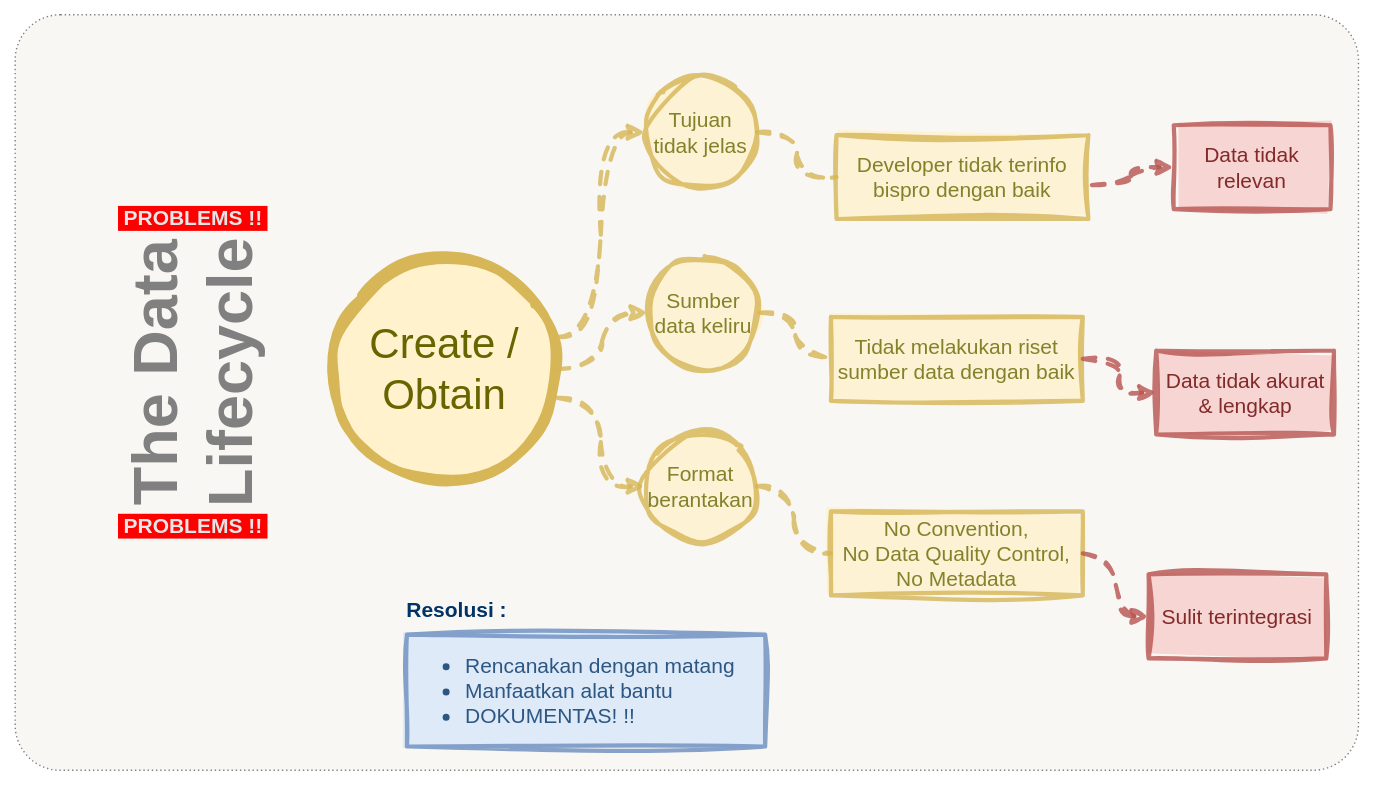
The draw.io diagram img/data-lifecycle-problem-1.svg in Excalibur-Platform/The-Visualized-Data-Engineering, before a commit. Source tidied: cells renumbered, new cells last; positions are measured from the earlier drawing's top-left corner, leaving out a move shared by most shapes.
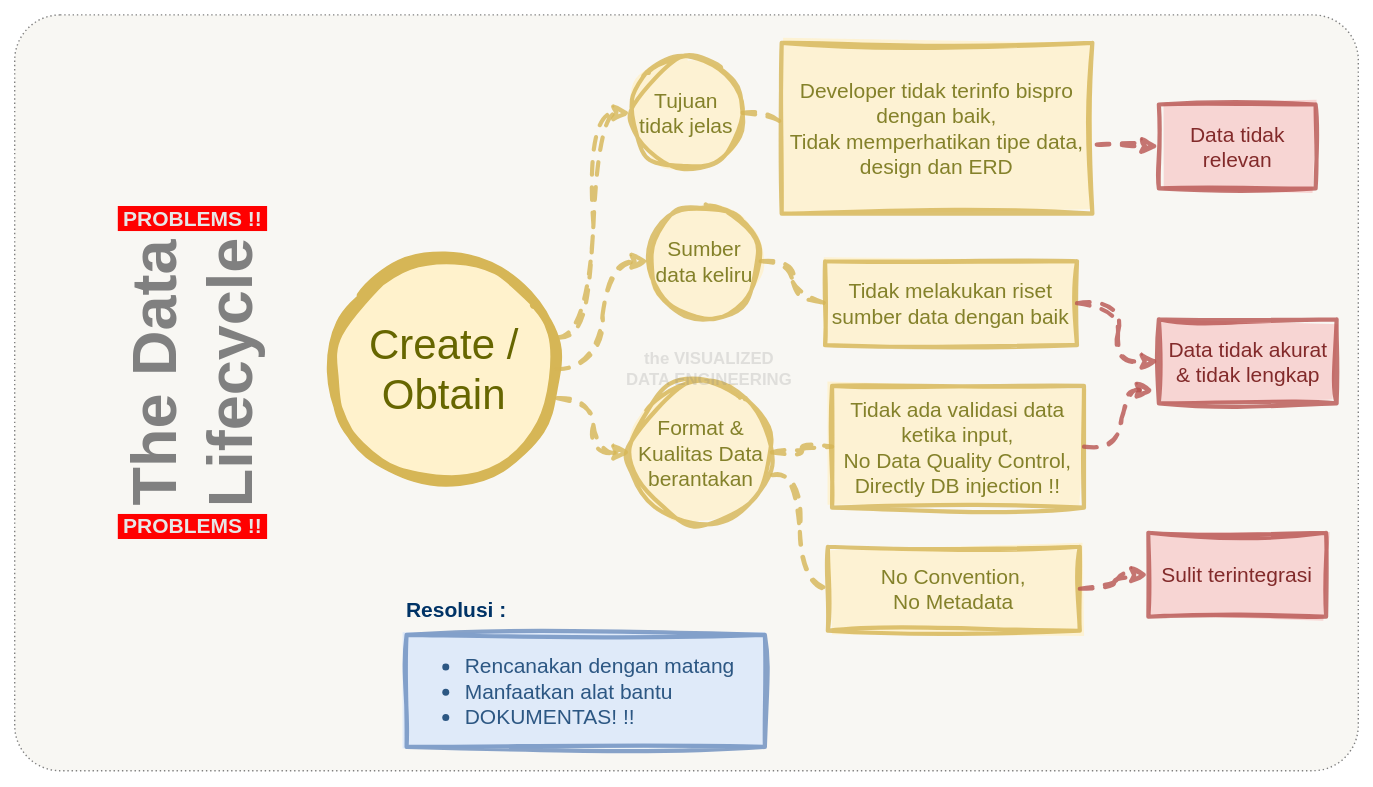
The same file after the commit.

The edit, as a diff of the source:
```diff
@@ -2,7 +2,7 @@
   <root>
     <mxCell id="0" />
     <mxCell id="1" parent="0" />
-    <mxCell id="2" style="rounded=1;whiteSpace=wrap;html=1;arcSize=6;strokeColor=#808080;dashed=1;dashPattern=1 2;fillColor=#F8F7F3;" parent="1" vertex="1">
+    <mxCell id="2" style="rounded=1;whiteSpace=wrap;html=1;arcSize=6;strokeColor=#808080;dashed=1;dashPattern=1 2;fillColor=#F8F7F3;verticalAlign=middle;" parent="1" vertex="1">
       <mxGeometry width="960" height="540" as="geometry" />
     </mxCell>
     <mxCell id="3" value="&lt;h1&gt;&lt;font style=&quot;font-size: 45px;&quot;&gt;The Data&lt;br&gt;&lt;/font&gt;&lt;font style=&quot;font-size: 45px;&quot;&gt;Lifecycle&lt;/font&gt;&lt;/h1&gt;" style="text;html=1;align=center;verticalAlign=middle;whiteSpace=wrap;rounded=0;horizontal=0;fontColor=#808080;" parent="1" vertex="1">
@@ -21,34 +21,34 @@
       <mxGeometry x="227" y="173" width="160" height="160" as="geometry" />
     </mxCell>
     <mxCell id="8" value="Tujuan tidak jelas" style="ellipse;whiteSpace=wrap;html=1;fillColor=#fff2cc;strokeColor=#d6b656;sketch=1;curveFitting=1;jiggle=2;fillStyle=solid;strokeWidth=3;fontColor=#666600;fontSize=15;opacity=80;textOpacity=80;" parent="1" vertex="1">
-      <mxGeometry x="450" y="44" width="80" height="80" as="geometry" />
+      <mxGeometry x="440" y="30" width="80" height="80" as="geometry" />
     </mxCell>
     <mxCell id="9" value="Sumber data keliru" style="ellipse;whiteSpace=wrap;html=1;fillColor=#fff2cc;strokeColor=#d6b656;sketch=1;curveFitting=1;jiggle=2;fillStyle=solid;strokeWidth=3;fontColor=#666600;fontSize=15;opacity=80;textOpacity=80;" parent="1" vertex="1">
-      <mxGeometry x="452" y="173" width="80" height="80" as="geometry" />
+      <mxGeometry x="453" y="136" width="80" height="80" as="geometry" />
     </mxCell>
     <mxCell id="10" style="edgeStyle=orthogonalEdgeStyle;rounded=0;jettySize=auto;html=1;exitX=1;exitY=0.5;exitDx=0;exitDy=0;entryX=0;entryY=0.5;entryDx=0;entryDy=0;sketch=1;curveFitting=1;jiggle=2;curved=1;dashed=1;fillColor=#fff2cc;strokeColor=#d6b656;strokeWidth=3;opacity=80;" parent="1" edge="1" source="7" target="9">
       <mxGeometry relative="1" as="geometry" />
     </mxCell>
-    <mxCell id="11" value="Format berantakan" style="ellipse;whiteSpace=wrap;html=1;fillColor=#fff2cc;strokeColor=#d6b656;sketch=1;curveFitting=1;jiggle=2;fillStyle=solid;strokeWidth=3;fontColor=#666600;fontSize=15;opacity=80;textOpacity=80;" parent="1" vertex="1">
-      <mxGeometry x="450" y="297" width="80" height="80" as="geometry" />
+    <mxCell id="11" value="Format &amp;amp;&lt;div&gt;Kualitas Data&lt;br&gt;&lt;/div&gt;&lt;div&gt;berantakan&lt;br&gt;&lt;/div&gt;" style="ellipse;whiteSpace=wrap;html=1;fillColor=#fff2cc;strokeColor=#d6b656;sketch=1;curveFitting=1;jiggle=2;fillStyle=solid;strokeWidth=3;fontColor=#666600;fontSize=15;opacity=80;textOpacity=80;" parent="1" vertex="1">
+      <mxGeometry x="440" y="262" width="101" height="101" as="geometry" />
     </mxCell>
     <mxCell id="12" style="edgeStyle=orthogonalEdgeStyle;rounded=0;jettySize=auto;html=1;exitX=1.004;exitY=0.63;exitDx=0;exitDy=0;entryX=0;entryY=0.5;entryDx=0;entryDy=0;sketch=1;curveFitting=1;jiggle=2;curved=1;dashed=1;fillColor=#fff2cc;strokeColor=#d6b656;strokeWidth=3;exitPerimeter=0;opacity=80;" parent="1" edge="1" source="7" target="11">
       <mxGeometry relative="1" as="geometry" />
     </mxCell>
-    <mxCell id="13" value="No Convention,&lt;div&gt;No Data Quality Control,&lt;/div&gt;&lt;div&gt;No Metadata&lt;/div&gt;" style="whiteSpace=wrap;html=1;fontSize=15;fillColor=#fff2cc;strokeColor=#d6b656;fontColor=#666600;sketch=1;curveFitting=1;jiggle=2;fillStyle=solid;strokeWidth=3;opacity=80;textOpacity=80;align=center;" parent="1" vertex="1">
-      <mxGeometry x="583" y="355" width="180" height="60" as="geometry" />
+    <mxCell id="13" value="Tidak ada validasi data ketika input,&lt;div&gt;No Data Quality Control,&lt;br&gt;&lt;div&gt;Directly DB injection !!&lt;/div&gt;&lt;/div&gt;" style="whiteSpace=wrap;html=1;fontSize=15;fillColor=#fff2cc;strokeColor=#d6b656;fontColor=#666600;sketch=1;curveFitting=1;jiggle=2;fillStyle=solid;strokeWidth=3;opacity=80;textOpacity=80;align=center;" parent="1" vertex="1">
+      <mxGeometry x="584" y="265" width="180" height="87" as="geometry" />
     </mxCell>
     <mxCell id="14" style="edgeStyle=orthogonalEdgeStyle;rounded=0;jettySize=auto;html=1;exitX=1;exitY=0.5;exitDx=0;exitDy=0;entryX=0;entryY=0.5;entryDx=0;entryDy=0;sketch=1;curveFitting=1;jiggle=2;curved=1;dashed=1;fillColor=#fff2cc;strokeColor=#d6b656;strokeWidth=3;opacity=80;endArrow=none;endFill=0;" parent="1" edge="1" source="11" target="13">
       <mxGeometry relative="1" as="geometry" />
     </mxCell>
-    <mxCell id="15" value="&lt;div&gt;Developer tidak terinfo bispro dengan baik&lt;/div&gt;" style="whiteSpace=wrap;html=1;fontSize=15;fillColor=#fff2cc;strokeColor=#d6b656;fontColor=#666600;sketch=1;curveFitting=1;jiggle=2;fillStyle=solid;strokeWidth=3;opacity=80;textOpacity=80;align=center;" parent="1" vertex="1">
-      <mxGeometry x="587" y="86" width="180" height="60" as="geometry" />
+    <mxCell id="15" value="&lt;div&gt;Developer tidak terinfo bispro dengan baik,&lt;/div&gt;&lt;div&gt;Tidak memperhatikan tipe data, design dan ERD&lt;/div&gt;" style="whiteSpace=wrap;html=1;fontSize=15;fillColor=#fff2cc;strokeColor=#d6b656;fontColor=#666600;sketch=1;curveFitting=1;jiggle=2;fillStyle=solid;strokeWidth=3;opacity=80;textOpacity=80;align=center;" parent="1" vertex="1">
+      <mxGeometry x="548" y="20" width="222" height="122" as="geometry" />
     </mxCell>
     <mxCell id="16" style="edgeStyle=orthogonalEdgeStyle;rounded=0;jettySize=auto;html=1;exitX=1;exitY=0.5;exitDx=0;exitDy=0;entryX=0;entryY=0.5;entryDx=0;entryDy=0;sketch=1;curveFitting=1;jiggle=2;curved=1;dashed=1;fillColor=#fff2cc;strokeColor=#d6b656;strokeWidth=3;opacity=80;endArrow=none;endFill=0;" parent="1" edge="1" source="8" target="15">
       <mxGeometry relative="1" as="geometry" />
     </mxCell>
     <mxCell id="17" value="&lt;div&gt;Tidak melakukan riset sumber data dengan baik&lt;/div&gt;" style="whiteSpace=wrap;html=1;fontSize=15;fillColor=#fff2cc;strokeColor=#d6b656;fontColor=#666600;sketch=1;curveFitting=1;jiggle=2;fillStyle=solid;strokeWidth=3;opacity=80;textOpacity=80;align=center;" parent="1" vertex="1">
-      <mxGeometry x="583" y="216" width="180" height="60" as="geometry" />
+      <mxGeometry x="579" y="176" width="180" height="60" as="geometry" />
     </mxCell>
     <mxCell id="18" style="edgeStyle=orthogonalEdgeStyle;rounded=0;jettySize=auto;html=1;exitX=1;exitY=0.5;exitDx=0;exitDy=0;entryX=0;entryY=0.5;entryDx=0;entryDy=0;sketch=1;curveFitting=1;jiggle=2;curved=1;dashed=1;fillColor=#fff2cc;strokeColor=#d6b656;strokeWidth=3;opacity=80;endArrow=none;endFill=0;" parent="1" edge="1" source="9" target="17">
       <mxGeometry relative="1" as="geometry" />
@@ -60,22 +60,34 @@
       <mxGeometry x="274" y="397" width="196" height="56" as="geometry" />
     </mxCell>
     <mxCell id="21" value="&lt;div&gt;Data tidak relevan&lt;/div&gt;" style="whiteSpace=wrap;html=1;fontSize=15;fillColor=#f8cecc;strokeColor=#b85450;sketch=1;curveFitting=1;jiggle=2;fillStyle=solid;strokeWidth=3;opacity=80;textOpacity=80;align=center;fontColor=#660000;" parent="1" vertex="1">
-      <mxGeometry x="828" y="79" width="112" height="60" as="geometry" />
+      <mxGeometry x="817.5" y="64" width="112" height="60" as="geometry" />
     </mxCell>
     <mxCell id="22" style="edgeStyle=orthogonalEdgeStyle;rounded=0;jettySize=auto;html=1;exitX=1.014;exitY=0.596;exitDx=0;exitDy=0;entryX=0;entryY=0.5;entryDx=0;entryDy=0;sketch=1;curveFitting=1;jiggle=2;curved=1;dashed=1;fillColor=#f8cecc;strokeColor=#b85450;strokeWidth=3;opacity=80;exitPerimeter=0;" parent="1" edge="1" source="15" target="21">
       <mxGeometry relative="1" as="geometry" />
     </mxCell>
-    <mxCell id="23" value="&lt;div&gt;Data tidak akurat &amp;amp; lengkap&lt;/div&gt;" style="whiteSpace=wrap;html=1;fontSize=15;fillColor=#f8cecc;strokeColor=#b85450;sketch=1;curveFitting=1;jiggle=2;fillStyle=solid;strokeWidth=3;opacity=80;textOpacity=80;align=center;fontColor=#660000;" parent="1" vertex="1">
-      <mxGeometry x="815.5" y="240" width="127" height="60" as="geometry" />
+    <mxCell id="23" value="&lt;div&gt;Data tidak akurat&lt;/div&gt;&lt;div&gt;&amp;amp; tidak lengkap&lt;/div&gt;" style="whiteSpace=wrap;html=1;fontSize=15;fillColor=#f8cecc;strokeColor=#b85450;sketch=1;curveFitting=1;jiggle=2;fillStyle=solid;strokeWidth=3;opacity=80;textOpacity=80;align=center;fontColor=#660000;" parent="1" vertex="1">
+      <mxGeometry x="817.5" y="217.5" width="127" height="60" as="geometry" />
     </mxCell>
     <mxCell id="24" style="edgeStyle=orthogonalEdgeStyle;rounded=0;jettySize=auto;html=1;exitX=1;exitY=0.5;exitDx=0;exitDy=0;entryX=0;entryY=0.5;entryDx=0;entryDy=0;sketch=1;curveFitting=1;jiggle=2;curved=1;dashed=1;fillColor=#f8cecc;strokeColor=#b85450;strokeWidth=3;opacity=80;" parent="1" edge="1" source="17" target="23">
       <mxGeometry relative="1" as="geometry" />
     </mxCell>
-    <mxCell id="25" value="&lt;div&gt;Sulit terintegrasi&lt;/div&gt;" style="whiteSpace=wrap;html=1;fontSize=15;fillColor=#f8cecc;strokeColor=#b85450;sketch=1;curveFitting=1;jiggle=2;fillStyle=solid;strokeWidth=3;opacity=80;textOpacity=80;align=center;fontColor=#660000;" parent="1" vertex="1">
-      <mxGeometry x="810" y="400" width="127" height="60" as="geometry" />
+    <mxCell id="25" style="edgeStyle=orthogonalEdgeStyle;rounded=0;jettySize=auto;html=1;exitX=1;exitY=0.5;exitDx=0;exitDy=0;entryX=-0.028;entryY=0.844;entryDx=0;entryDy=0;sketch=1;curveFitting=1;jiggle=2;curved=1;dashed=1;fillColor=#f8cecc;strokeColor=#b85450;strokeWidth=3;opacity=80;entryPerimeter=0;" parent="1" edge="1" source="13" target="23">
+      <mxGeometry relative="1" as="geometry" />
     </mxCell>
-    <mxCell id="26" style="edgeStyle=orthogonalEdgeStyle;rounded=0;jettySize=auto;html=1;exitX=1;exitY=0.5;exitDx=0;exitDy=0;entryX=0;entryY=0.5;entryDx=0;entryDy=0;sketch=1;curveFitting=1;jiggle=2;curved=1;dashed=1;fillColor=#f8cecc;strokeColor=#b85450;strokeWidth=3;opacity=80;" parent="1" edge="1" source="13" target="25">
-      <mxGeometry relative="1" as="geometry" />
+    <mxCell id="26" value="No Convention,&lt;div&gt;&lt;div&gt;No Metadata&lt;/div&gt;&lt;/div&gt;" style="whiteSpace=wrap;html=1;fontSize=15;fillColor=#fff2cc;strokeColor=#d6b656;fontColor=#666600;sketch=1;curveFitting=1;jiggle=2;fillStyle=solid;strokeWidth=3;opacity=80;textOpacity=80;align=center;" parent="1" vertex="1">
+      <mxGeometry x="581" y="380" width="180" height="60" as="geometry" />
     </mxCell>
+    <mxCell id="27" style="edgeStyle=orthogonalEdgeStyle;rounded=0;jettySize=auto;html=1;exitX=1.003;exitY=0.662;exitDx=0;exitDy=0;entryX=0;entryY=0.5;entryDx=0;entryDy=0;sketch=1;curveFitting=1;jiggle=2;curved=1;dashed=1;fillColor=#fff2cc;strokeColor=#d6b656;strokeWidth=3;opacity=80;endArrow=none;endFill=0;exitPerimeter=0;" parent="1" edge="1" source="11" target="26">
+      <mxGeometry relative="1" as="geometry" />
+    </mxCell>
+    <mxCell id="28" value="&lt;div&gt;Sulit terintegrasi&lt;/div&gt;" style="whiteSpace=wrap;html=1;fontSize=15;fillColor=#f8cecc;strokeColor=#b85450;sketch=1;curveFitting=1;jiggle=2;fillStyle=solid;strokeWidth=3;opacity=80;textOpacity=80;align=center;fontColor=#660000;" parent="1" vertex="1">
+      <mxGeometry x="810" y="370" width="127" height="60" as="geometry" />
+    </mxCell>
+    <mxCell id="29" style="edgeStyle=orthogonalEdgeStyle;rounded=0;jettySize=auto;html=1;exitX=1;exitY=0.5;exitDx=0;exitDy=0;entryX=0;entryY=0.5;entryDx=0;entryDy=0;sketch=1;curveFitting=1;jiggle=2;curved=1;dashed=1;fillColor=#f8cecc;strokeColor=#b85450;strokeWidth=3;opacity=80;" parent="1" edge="1" source="26" target="28">
+      <mxGeometry relative="1" as="geometry" />
+    </mxCell>
+    <mxCell id="30" value="the VISUALIZED DATA ENGINEERING" style="text;strokeColor=none;fillColor=none;align=center;verticalAlign=middle;spacingLeft=4;spacingRight=4;overflow=hidden;whiteSpace=wrap;html=1;fontFamily=Helvetica;fontStyle=1;fontColor=#808080;textOpacity=20;" parent="1" vertex="1">
+      <mxGeometry x="431" y="229.5" width="131" height="46" as="geometry" />
+    </mxCell>
   </root>
 </mxGraphModel>
```
